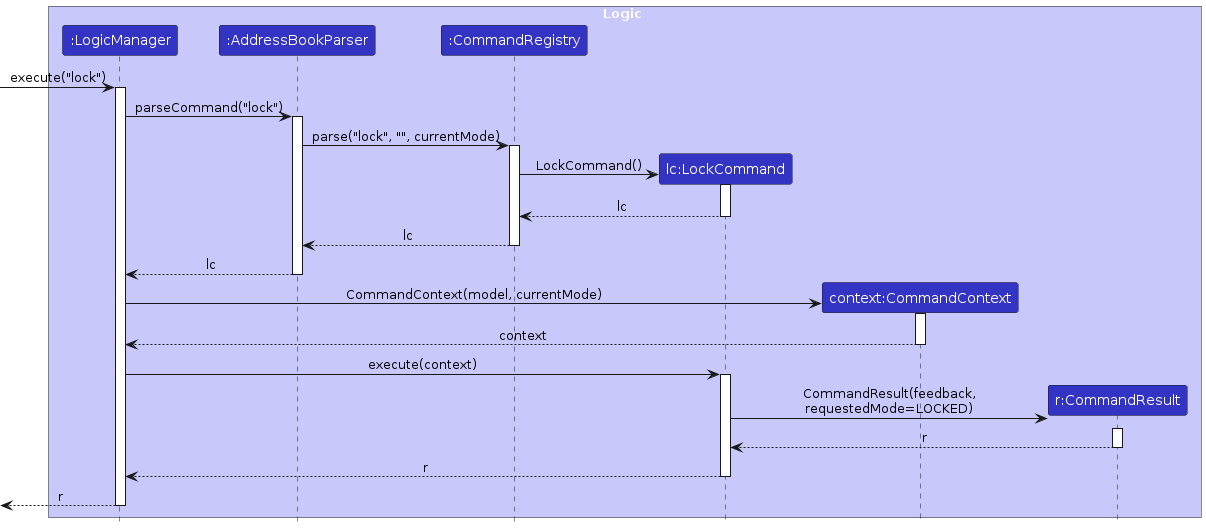
Above: diagrams/LockSequenceDiagram.png in AY2526S2-CS2103T-T15-2/tp (PlantUML), before the change. Its source is kept beside it as diagrams/LockSequenceDiagram.puml.
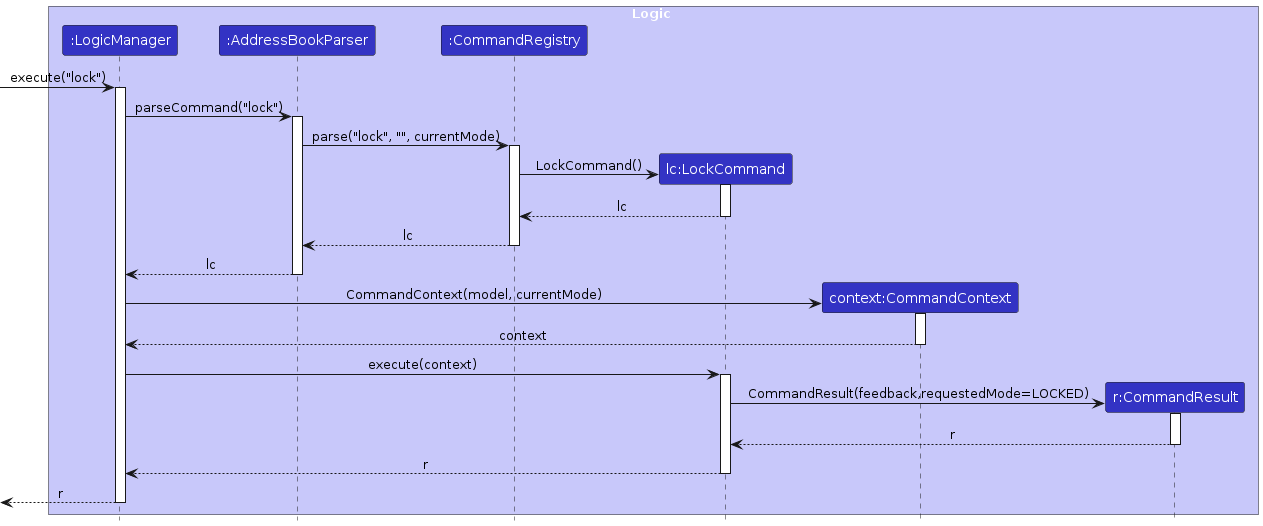
Later version of the same file.

Change to the diagram source:
```diff
@@ -42,7 +42,7 @@
 activate LockCommand
 
 create CommandResult
-LockCommand -> CommandResult : CommandResult(feedback,\nrequestedMode=LOCKED)
+LockCommand -> CommandResult : CommandResult(feedback,requestedMode=LOCKED)
 activate CommandResult
 CommandResult --> LockCommand : r
 deactivate CommandResult
```
